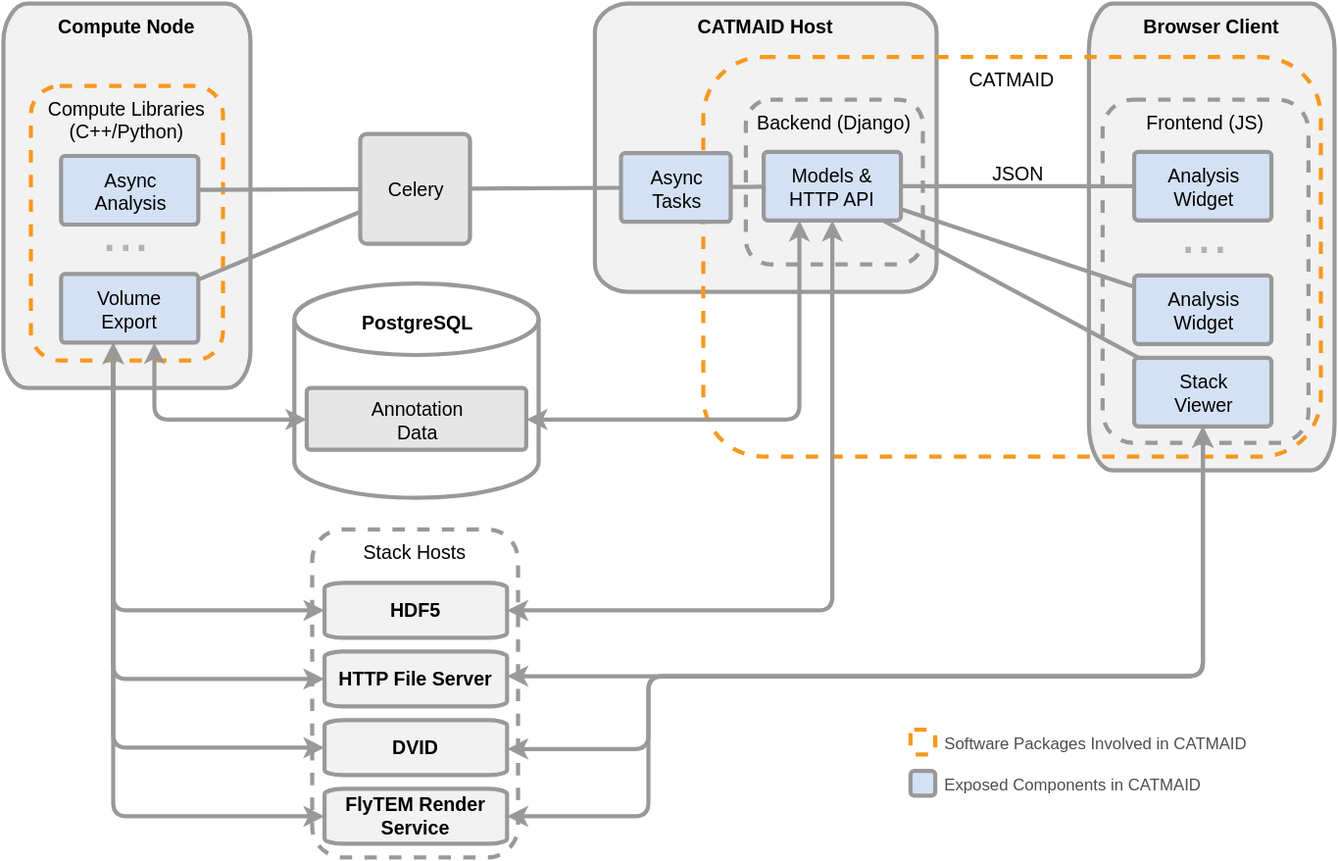
catmaid/CATMAID keeps this draw.io diagram as sphinx-doc/source/_static/architecture.svg. Above is the earlier version. Source tidied: cells renumbered, new cells last; positions are measured from the earlier drawing's top-left corner, leaving out a move shared by most shapes.
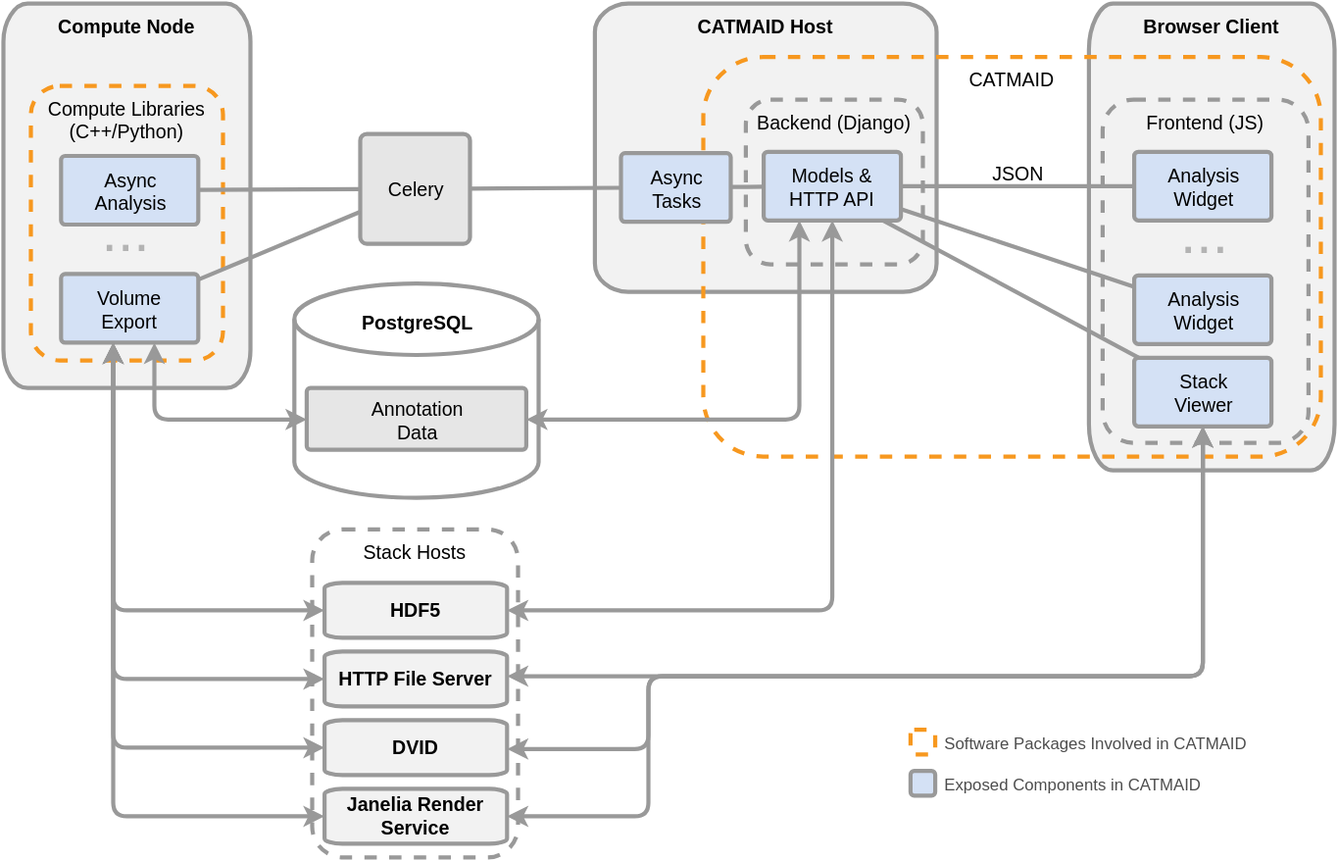
Later version of the same file.

The edit, as a diff of the source:
```diff
@@ -109,7 +109,7 @@
     <mxCell id="32" value="DVID" style="shape=mxgraph.aws.groups.server_contents;shadow=0;dashed=0;strokeColor=#999999;strokeWidth=3;fillColor=none;fontSize=14;labelPosition=center;verticalLabelPosition=middle;align=center;verticalAlign=middle;fontStyle=1;" parent="1" vertex="1">
       <mxGeometry x="234" y="522" width="133" height="40" as="geometry" />
     </mxCell>
-    <mxCell id="33" value="FlyTEM Render&#10;Service" style="shape=mxgraph.aws.groups.server_contents;shadow=0;dashed=0;strokeColor=#999999;strokeWidth=3;fillColor=none;fontSize=14;labelPosition=center;verticalLabelPosition=middle;align=center;verticalAlign=middle;fontStyle=1;" parent="1" vertex="1">
+    <mxCell id="33" value="Janelia Render&#10;Service" style="shape=mxgraph.aws.groups.server_contents;shadow=0;dashed=0;strokeColor=#999999;strokeWidth=3;fillColor=none;fontSize=14;labelPosition=center;verticalLabelPosition=middle;align=center;verticalAlign=middle;fontStyle=1;" parent="1" vertex="1">
       <mxGeometry x="234" y="572" width="133" height="40" as="geometry" />
     </mxCell>
     <mxCell id="34" value="&lt;font style=&quot;font-size: 42px&quot; color=&quot;#b3b3b3&quot;&gt;...&lt;/font&gt;" style="text;html=1;align=left;verticalAlign=top;spacingTop=-4;fontSize=14;" parent="1" vertex="1">
```
